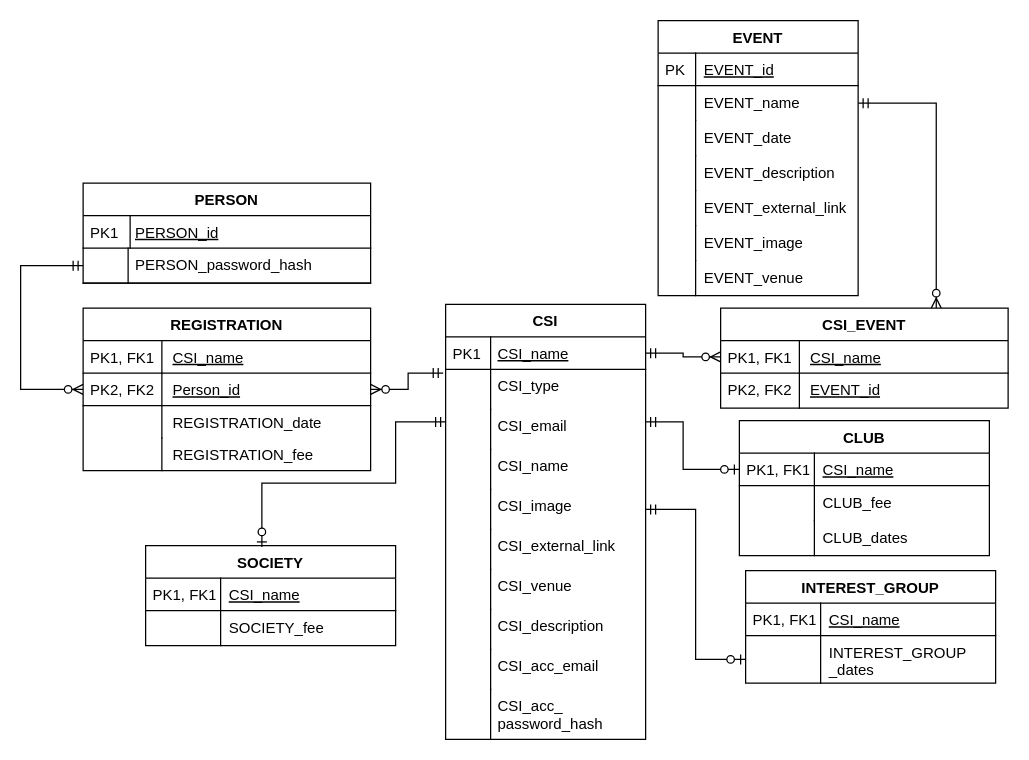
Earlier version of the draw.io diagram Diagrams/ERD.drawio (Makizoro/Overclock). Source tidied: cells renumbered, new cells numbered last; positions are measured from the earlier drawing's top-left corner, leaving out a move shared by most shapes. Both pictures are drawn from the tidied source at 125%, with x=0, y=0 at pixel (20, 20).
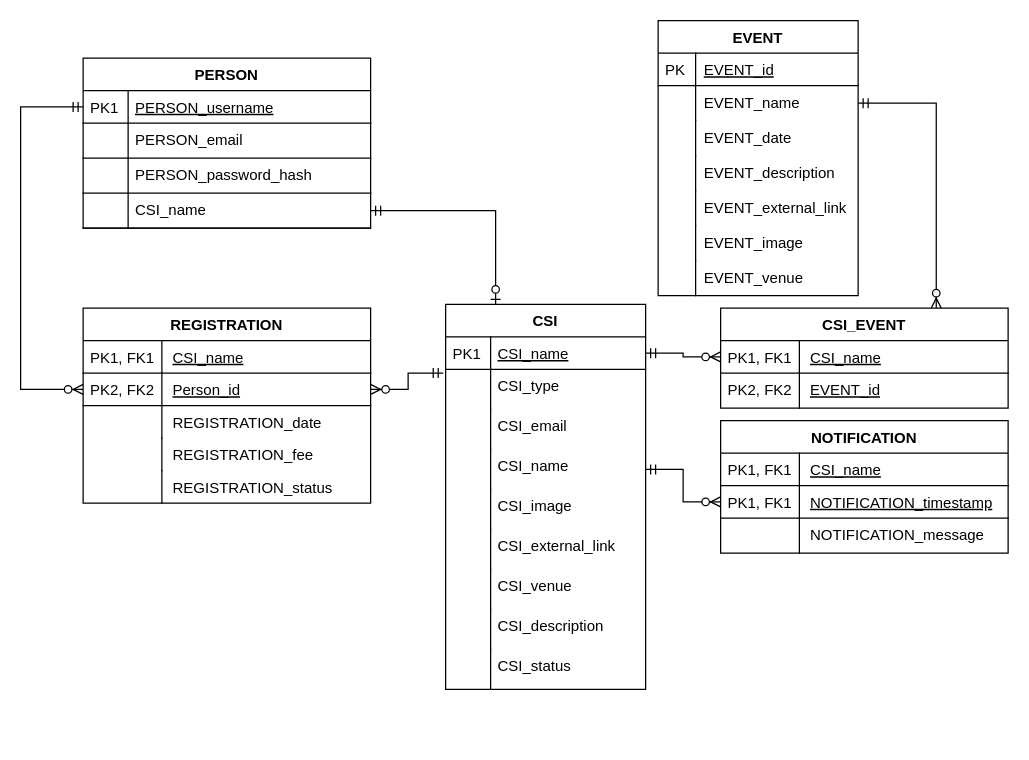
The same page after the edit.

Unchanged cells that the change refers to:
```xml
<mxCell id="14" value="CSI_name" style="shape=partialRectangle;top=0;left=0;right=0;bottom=0;align=left;verticalAlign=top;fillColor=none;spacingLeft=40;spacingRight=4;overflow=hidden;points=[[0,0.5],[1,0.5]];portConstraint=eastwest;rounded=0;shadow=0;strokeWidth=1;" parent="7" vertex="1">
  <mxGeometry y="116" width="160" height="32" as="geometry" />
</mxCell>
<mxCell id="16" value="CSI_image" style="shape=partialRectangle;top=0;left=0;right=0;bottom=0;align=left;verticalAlign=top;fillColor=none;spacingLeft=40;spacingRight=4;overflow=hidden;points=[[0,0.5],[1,0.5]];portConstraint=eastwest;rounded=0;shadow=0;strokeWidth=1;" parent="7" vertex="1">
  <mxGeometry y="148" width="160" height="32" as="geometry" />
</mxCell>
<mxCell id="36" value="Person_id" style="shape=partialRectangle;top=0;left=0;right=0;bottom=1;align=left;verticalAlign=top;fillColor=none;spacingLeft=70;spacingRight=4;overflow=hidden;points=[[0,0.5],[1,0.5]];portConstraint=eastwest;rounded=0;shadow=0;strokeWidth=1;fontStyle=4;" parent="33" vertex="1">
  <mxGeometry y="52" width="230" height="26" as="geometry" />
</mxCell>
```

Diff of the diagram source:
```diff
@@
-    <mxCell id="2" value="PERSON" style="swimlane;fontStyle=1;horizontal=1;startSize=26;rounded=0;shadow=0;strokeWidth=1;" parent="1" vertex="1">
-      <mxGeometry x="50" y="130" width="230" height="80" as="geometry" />
-    </mxCell>
-    <mxCell id="3" value="PERSON_id" style="shape=partialRectangle;top=0;left=0;right=0;bottom=1;align=left;verticalAlign=top;fillColor=none;spacingLeft=40;spacingRight=4;overflow=hidden;points=[[0,0.5],[1,0.5]];portConstraint=eastwest;rounded=0;shadow=0;strokeWidth=1;fontStyle=4;" parent="2" vertex="1">
-      <mxGeometry y="26" width="230" height="26" as="geometry" />
-    </mxCell>
-    <mxCell id="4" value="PK1" style="shape=partialRectangle;top=0;left=0;bottom=0;fillColor=none;align=left;verticalAlign=top;spacingLeft=4;spacingRight=4;overflow=hidden;" parent="3" vertex="1">
-      <mxGeometry width="37.6" height="26" as="geometry" />
-    </mxCell>
-    <mxCell id="5" value="PERSON_password_hash" style="shape=partialRectangle;top=0;left=0;right=0;bottom=1;align=left;verticalAlign=top;fillColor=none;spacingLeft=40;spacingRight=4;overflow=hidden;points=[[0,0.5],[1,0.5]];portConstraint=eastwest;rounded=0;shadow=0;strokeWidth=1;fontStyle=0;" parent="2" vertex="1">
-      <mxGeometry y="52" width="230" height="28" as="geometry" />
-    </mxCell>
-    <mxCell id="6" style="shape=partialRectangle;top=0;left=0;bottom=0;fillColor=none;align=left;verticalAlign=top;spacingLeft=4;spacingRight=4;overflow=hidden;" parent="5" vertex="1">
-      <mxGeometry width="36" height="28" as="geometry" />
-    </mxCell>
     <mxCell id="7" value="CSI" style="swimlane;fontStyle=1;horizontal=1;startSize=26;rounded=0;shadow=0;strokeWidth=1;" parent="1" vertex="1">
-      <mxGeometry x="340" y="227" width="160" height="348" as="geometry" />
+      <mxGeometry x="340" y="227" width="160" height="308" as="geometry" />
     </mxCell>
@@
-    <mxCell id="24" value="CSI_acc_email" style="shape=partialRectangle;top=0;left=0;right=0;bottom=0;align=left;verticalAlign=top;fillColor=none;spacingLeft=40;spacingRight=4;overflow=hidden;rounded=0;shadow=0;strokeWidth=1;" parent="7" vertex="1">
-      <mxGeometry y="276" width="160" height="32" as="geometry" />
-    </mxCell>
+    <mxCell id="81" value="CSI_status" style="shape=partialRectangle;top=0;left=0;right=0;bottom=0;align=left;verticalAlign=top;fillColor=none;spacingLeft=40;spacingRight=4;overflow=hidden;rounded=0;shadow=0;strokeWidth=1;" parent="7" vertex="1">
+      <mxGeometry y="276" width="160" height="32" as="geometry" />
+    </mxCell>
-    <mxCell id="25" style="shape=partialRectangle;top=0;left=0;bottom=0;fillColor=none;align=left;verticalAlign=top;spacingLeft=4;spacingRight=4;overflow=hidden;" parent="24" vertex="1">
+    <mxCell id="25" style="shape=partialRectangle;top=0;left=0;bottom=0;fillColor=none;align=left;verticalAlign=top;spacingLeft=4;spacingRight=4;overflow=hidden;" parent="81" vertex="1">
       <mxGeometry width="36" height="32" as="geometry" />
     </mxCell>
-    <mxCell id="26" value="CSI_acc_&#10;password_hash" style="shape=partialRectangle;top=0;left=0;right=0;bottom=0;align=left;verticalAlign=top;fillColor=none;spacingLeft=40;spacingRight=4;overflow=hidden;rounded=0;shadow=0;strokeWidth=1;" parent="7" vertex="1">
-      <mxGeometry y="308" width="160" height="40" as="geometry" />
-    </mxCell>
-    <mxCell id="27" style="shape=partialRectangle;top=0;left=0;bottom=0;fillColor=none;align=left;verticalAlign=top;spacingLeft=4;spacingRight=4;overflow=hidden;" parent="26" vertex="1">
-      <mxGeometry width="36" height="40" as="geometry" />
-    </mxCell>
-    <mxCell id="28" value="INTEREST_GROUP" style="swimlane;fontStyle=1;horizontal=1;startSize=26;rounded=0;shadow=0;strokeWidth=1;" parent="1" vertex="1">
-      <mxGeometry x="580" y="440" width="200" height="90" as="geometry" />
-    </mxCell>
-    <mxCell id="29" value="CSI_name" style="shape=partialRectangle;top=0;left=0;right=0;bottom=1;align=left;verticalAlign=top;fillColor=none;spacingLeft=65;spacingRight=4;overflow=hidden;rounded=0;shadow=0;strokeWidth=1;fontStyle=4;" parent="28" vertex="1">
-      <mxGeometry y="26" width="200" height="26" as="geometry" />
-    </mxCell>
-    <mxCell id="30" value="PK1, FK1" style="shape=partialRectangle;top=0;left=0;bottom=0;fillColor=none;align=left;verticalAlign=top;spacingLeft=4;spacingRight=4;overflow=hidden;" parent="29" vertex="1">
-      <mxGeometry width="60" height="26" as="geometry" />
-    </mxCell>
-    <mxCell id="31" value="INTEREST_GROUP&#10;_dates" style="shape=partialRectangle;top=0;left=0;right=0;bottom=0;align=left;verticalAlign=top;fillColor=none;spacingLeft=65;spacingRight=4;overflow=hidden;points=[[0,0.5],[1,0.5]];portConstraint=eastwest;rounded=0;shadow=0;strokeWidth=1;" parent="28" vertex="1">
-      <mxGeometry y="52" width="200" height="38" as="geometry" />
-    </mxCell>
-    <mxCell id="32" style="shape=partialRectangle;top=0;left=0;bottom=0;fillColor=none;align=left;verticalAlign=top;spacingLeft=4;spacingRight=4;overflow=hidden;" parent="31" vertex="1">
-      <mxGeometry width="60" height="38" as="geometry" />
-    </mxCell>
     <mxCell id="33" value="REGISTRATION" style="swimlane;fontStyle=1;horizontal=1;startSize=26;rounded=0;shadow=0;strokeWidth=1;" parent="1" vertex="1">
-      <mxGeometry x="50" y="230" width="230" height="130" as="geometry" />
+      <mxGeometry x="50" y="230" width="230" height="156" as="geometry" />
     </mxCell>
@@
+    <mxCell id="82" value="REGISTRATION_status" style="shape=partialRectangle;top=0;left=0;right=0;bottom=0;align=left;verticalAlign=top;fillColor=none;spacingLeft=70;spacingRight=4;overflow=hidden;rounded=0;shadow=0;strokeWidth=1;" parent="33" vertex="1">
+      <mxGeometry y="130" width="230" height="26" as="geometry" />
+    </mxCell>
+    <mxCell id="83" style="shape=partialRectangle;top=0;left=0;bottom=0;fillColor=none;align=left;verticalAlign=top;spacingLeft=4;spacingRight=4;overflow=hidden;" parent="82" vertex="1">
+      <mxGeometry width="63" height="26" as="geometry" />
+    </mxCell>
@@
-    <mxCell id="43" value="SOCIETY" style="swimlane;fontStyle=1;horizontal=1;startSize=26;rounded=0;shadow=0;strokeWidth=1;" parent="1" vertex="1">
-      <mxGeometry x="100" y="420" width="200" height="80" as="geometry" />
-    </mxCell>
-    <mxCell id="44" value="CSI_name" style="shape=partialRectangle;top=0;left=0;right=0;bottom=1;align=left;verticalAlign=top;fillColor=none;spacingLeft=65;spacingRight=4;overflow=hidden;rounded=0;shadow=0;strokeWidth=1;fontStyle=4;" parent="43" vertex="1">
-      <mxGeometry y="26" width="200" height="26" as="geometry" />
-    </mxCell>
-    <mxCell id="45" value="PK1, FK1" style="shape=partialRectangle;top=0;left=0;bottom=0;fillColor=none;align=left;verticalAlign=top;spacingLeft=4;spacingRight=4;overflow=hidden;" parent="44" vertex="1">
-      <mxGeometry width="60" height="26" as="geometry" />
-    </mxCell>
-    <mxCell id="46" value="SOCIETY_fee" style="shape=partialRectangle;top=0;left=0;right=0;bottom=0;align=left;verticalAlign=top;fillColor=none;spacingLeft=65;spacingRight=4;overflow=hidden;rounded=0;shadow=0;strokeWidth=1;" parent="43" vertex="1">
-      <mxGeometry y="52" width="200" height="28" as="geometry" />
-    </mxCell>
-    <mxCell id="47" style="shape=partialRectangle;top=0;left=0;bottom=0;fillColor=none;align=left;verticalAlign=top;spacingLeft=4;spacingRight=4;overflow=hidden;" parent="46" vertex="1">
-      <mxGeometry width="60" height="28" as="geometry" />
-    </mxCell>
-    <mxCell id="48" style="edgeStyle=orthogonalEdgeStyle;rounded=0;jettySize=auto;html=1;entryX=0.465;entryY=0.013;entryDx=0;entryDy=0;entryPerimeter=0;startArrow=ERmandOne;startFill=0;endArrow=ERzeroToOne;endFill=1;" parent="1" edge="1" target="43">
-      <mxGeometry relative="1" as="geometry">
-        <mxPoint x="340" y="321" as="sourcePoint" />
-        <Array as="points">
-          <mxPoint x="300" y="321" />
-          <mxPoint x="300" y="370" />
-          <mxPoint x="193" y="370" />
-        </Array>
-      </mxGeometry>
-    </mxCell>
-    <mxCell id="49" value="CLUB" style="swimlane;fontStyle=1;horizontal=1;startSize=26;rounded=0;shadow=0;strokeWidth=1;" parent="1" vertex="1">
-      <mxGeometry x="575" y="320" width="200" height="108" as="geometry" />
-    </mxCell>
-    <mxCell id="50" value="CSI_name" style="shape=partialRectangle;top=0;left=0;right=0;bottom=1;align=left;verticalAlign=top;fillColor=none;spacingLeft=65;spacingRight=4;overflow=hidden;points=[[0,0.5],[1,0.5]];portConstraint=eastwest;rounded=0;shadow=0;strokeWidth=1;fontStyle=4;" parent="49" vertex="1">
-      <mxGeometry y="26" width="200" height="26" as="geometry" />
-    </mxCell>
-    <mxCell id="51" value="PK1, FK1" style="shape=partialRectangle;top=0;left=0;bottom=0;fillColor=none;align=left;verticalAlign=top;spacingLeft=4;spacingRight=4;overflow=hidden;" parent="50" vertex="1">
-      <mxGeometry width="60" height="26" as="geometry" />
-    </mxCell>
-    <mxCell id="52" value="CLUB_fee" style="shape=partialRectangle;top=0;left=0;right=0;bottom=0;align=left;verticalAlign=top;fillColor=none;spacingLeft=65;spacingRight=4;overflow=hidden;rounded=0;shadow=0;strokeWidth=1;" parent="49" vertex="1">
-      <mxGeometry y="52" width="200" height="28" as="geometry" />
-    </mxCell>
-    <mxCell id="53" style="shape=partialRectangle;top=0;left=0;bottom=0;fillColor=none;align=left;verticalAlign=top;spacingLeft=4;spacingRight=4;overflow=hidden;" parent="52" vertex="1">
-      <mxGeometry width="60" height="28" as="geometry" />
-    </mxCell>
-    <mxCell id="54" value="CLUB_dates" style="shape=partialRectangle;top=0;left=0;right=0;bottom=0;align=left;verticalAlign=top;fillColor=none;spacingLeft=65;spacingRight=4;overflow=hidden;rounded=0;shadow=0;strokeWidth=1;" parent="49" vertex="1">
-      <mxGeometry y="80" width="200" height="28" as="geometry" />
-    </mxCell>
-    <mxCell id="55" style="shape=partialRectangle;top=0;left=0;bottom=0;fillColor=none;align=left;verticalAlign=top;spacingLeft=4;spacingRight=4;overflow=hidden;" parent="54" vertex="1">
-      <mxGeometry width="60" height="28" as="geometry" />
-    </mxCell>
-    <mxCell id="56" style="edgeStyle=orthogonalEdgeStyle;rounded=0;jettySize=auto;html=1;entryX=0;entryY=0.5;entryDx=0;entryDy=0;startArrow=ERmandOne;startFill=0;endArrow=ERzeroToOne;endFill=1;" parent="1" edge="1" target="50">
-      <mxGeometry relative="1" as="geometry">
-        <mxPoint x="500" y="321" as="sourcePoint" />
-        <Array as="points">
-          <mxPoint x="500" y="321" />
-          <mxPoint x="530" y="321" />
-          <mxPoint x="530" y="359" />
-        </Array>
-      </mxGeometry>
-    </mxCell>
@@
-    <mxCell id="72" style="edgeStyle=orthogonalEdgeStyle;rounded=0;jettySize=auto;html=1;exitX=0;exitY=0.5;exitDx=0;exitDy=0;entryX=0;entryY=0.5;entryDx=0;entryDy=0;startArrow=ERmandOne;startFill=0;endArrow=ERzeroToMany;endFill=1;" parent="1" edge="1" source="5" target="36">
+    <mxCell id="72" style="edgeStyle=orthogonalEdgeStyle;rounded=0;jettySize=auto;html=1;exitX=0;exitY=0.5;exitDx=0;exitDy=0;entryX=0;entryY=0.5;entryDx=0;entryDy=0;startArrow=ERmandOne;startFill=0;endArrow=ERzeroToMany;endFill=1;" parent="1" edge="1" source="3" target="36">
       <mxGeometry relative="1" as="geometry">
         <Array as="points">
-          <mxPoint y="196" />
+          <mxPoint y="69" />
           <mxPoint y="295" />
         </Array>
       </mxGeometry>
     </mxCell>
@@
-    <mxCell id="80" style="edgeStyle=orthogonalEdgeStyle;rounded=0;jettySize=auto;html=1;exitX=0;exitY=0.5;exitDx=0;exitDy=0;entryX=1;entryY=0.5;entryDx=0;entryDy=0;startArrow=ERzeroToOne;startFill=1;endArrow=ERmandOne;endFill=0;" parent="1" edge="1" source="31" target="16">
-      <mxGeometry relative="1" as="geometry" />
-    </mxCell>
+    <mxCell id="2" value="PERSON" style="swimlane;fontStyle=1;horizontal=1;startSize=26;rounded=0;shadow=0;strokeWidth=1;" parent="1" vertex="1">
+      <mxGeometry x="50" y="30" width="230" height="136" as="geometry" />
+    </mxCell>
+    <mxCell id="3" value="PERSON_username" style="shape=partialRectangle;top=0;left=0;right=0;bottom=1;align=left;verticalAlign=top;fillColor=none;spacingLeft=40;spacingRight=4;overflow=hidden;points=[[0,0.5],[1,0.5]];portConstraint=eastwest;rounded=0;shadow=0;strokeWidth=1;fontStyle=4;" parent="2" vertex="1">
+      <mxGeometry y="26" width="230" height="26" as="geometry" />
+    </mxCell>
+    <mxCell id="4" value="PK1" style="shape=partialRectangle;top=0;left=0;bottom=0;fillColor=none;align=left;verticalAlign=top;spacingLeft=4;spacingRight=4;overflow=hidden;" parent="3" vertex="1">
+      <mxGeometry width="36" height="26" as="geometry" />
+    </mxCell>
+    <mxCell id="5" value="PERSON_email" style="shape=partialRectangle;top=0;left=0;right=0;bottom=1;align=left;verticalAlign=top;fillColor=none;spacingLeft=40;spacingRight=4;overflow=hidden;points=[[0,0.5],[1,0.5]];portConstraint=eastwest;rounded=0;shadow=0;strokeWidth=1;fontStyle=0;" parent="2" vertex="1">
+      <mxGeometry y="52" width="230" height="28" as="geometry" />
+    </mxCell>
+    <mxCell id="6" style="shape=partialRectangle;top=0;left=0;bottom=0;fillColor=none;align=left;verticalAlign=top;spacingLeft=4;spacingRight=4;overflow=hidden;" parent="5" vertex="1">
+      <mxGeometry width="36" height="28" as="geometry" />
+    </mxCell>
+    <mxCell id="84" value="PERSON_password_hash" style="shape=partialRectangle;top=0;left=0;right=0;bottom=1;align=left;verticalAlign=top;fillColor=none;spacingLeft=40;spacingRight=4;overflow=hidden;rounded=0;shadow=0;strokeWidth=1;fontStyle=0;" parent="2" vertex="1">
+      <mxGeometry y="80" width="230" height="28" as="geometry" />
+    </mxCell>
+    <mxCell id="85" style="shape=partialRectangle;top=0;left=0;bottom=0;fillColor=none;align=left;verticalAlign=top;spacingLeft=4;spacingRight=4;overflow=hidden;" parent="84" vertex="1">
+      <mxGeometry width="36" height="28" as="geometry" />
+    </mxCell>
+    <mxCell id="86" value="CSI_name" style="shape=partialRectangle;top=0;left=0;right=0;bottom=1;align=left;verticalAlign=top;fillColor=none;spacingLeft=40;spacingRight=4;overflow=hidden;points=[[0,0.5],[1,0.5]];portConstraint=eastwest;rounded=0;shadow=0;strokeWidth=1;fontStyle=0;" parent="2" vertex="1">
+      <mxGeometry y="108" width="230" height="28" as="geometry" />
+    </mxCell>
+    <mxCell id="87" style="shape=partialRectangle;top=0;left=0;bottom=0;fillColor=none;align=left;verticalAlign=top;spacingLeft=4;spacingRight=4;overflow=hidden;" parent="86" vertex="1">
+      <mxGeometry width="36" height="28" as="geometry" />
+    </mxCell>
+    <mxCell id="88" value="NOTIFICATION" style="swimlane;fontStyle=1;horizontal=1;startSize=26;rounded=0;shadow=0;strokeWidth=1;" parent="1" vertex="1">
+      <mxGeometry x="560" y="320" width="230" height="106" as="geometry" />
+    </mxCell>
+    <mxCell id="89" value="CSI_name" style="shape=partialRectangle;top=0;left=0;right=0;bottom=1;align=left;verticalAlign=top;fillColor=none;spacingLeft=70;spacingRight=4;overflow=hidden;rounded=0;shadow=0;strokeWidth=1;fontStyle=4;" parent="88" vertex="1">
+      <mxGeometry y="26" width="230" height="26" as="geometry" />
+    </mxCell>
+    <mxCell id="90" value="PK1, FK1" style="shape=partialRectangle;top=0;left=0;bottom=0;fillColor=none;align=left;verticalAlign=top;spacingLeft=4;spacingRight=4;overflow=hidden;" parent="89" vertex="1">
+      <mxGeometry width="63" height="26" as="geometry" />
+    </mxCell>
+    <mxCell id="91" value="NOTIFICATION_timestamp" style="shape=partialRectangle;top=0;left=0;right=0;bottom=1;align=left;verticalAlign=top;fillColor=none;spacingLeft=70;spacingRight=4;overflow=hidden;points=[[0,0.5],[1,0.5]];portConstraint=eastwest;rounded=0;shadow=0;strokeWidth=1;fontStyle=4;" parent="88" vertex="1">
+      <mxGeometry y="52" width="230" height="26" as="geometry" />
+    </mxCell>
+    <mxCell id="92" value="PK1, FK1" style="shape=partialRectangle;top=0;left=0;bottom=0;fillColor=none;align=left;verticalAlign=top;spacingLeft=4;spacingRight=4;overflow=hidden;" parent="91" vertex="1">
+      <mxGeometry width="63" height="26" as="geometry" />
+    </mxCell>
+    <mxCell id="93" value="NOTIFICATION_message" style="shape=partialRectangle;top=0;left=0;right=0;bottom=0;align=left;verticalAlign=top;fillColor=none;spacingLeft=70;spacingRight=4;overflow=hidden;rounded=0;shadow=0;strokeWidth=1;fontStyle=0;labelBorderColor=none;" parent="1" vertex="1">
+      <mxGeometry x="560" y="398" width="230" height="28" as="geometry" />
+    </mxCell>
+    <mxCell id="94" style="shape=partialRectangle;top=0;left=0;bottom=0;fillColor=none;align=left;verticalAlign=top;spacingLeft=4;spacingRight=4;overflow=hidden;" parent="93" vertex="1">
+      <mxGeometry width="63" height="28" as="geometry" />
+    </mxCell>
+    <mxCell id="95" style="edgeStyle=orthogonalEdgeStyle;rounded=0;jettySize=auto;html=1;exitX=0;exitY=0.5;exitDx=0;exitDy=0;entryX=1;entryY=0.5;entryDx=0;entryDy=0;endArrow=ERmandOne;endFill=0;startArrow=ERzeroToMany;startFill=1;" parent="1" edge="1" source="91" target="14">
+      <mxGeometry relative="1" as="geometry" />
+    </mxCell>
+    <mxCell id="96" style="edgeStyle=orthogonalEdgeStyle;rounded=0;jettySize=auto;html=1;exitX=1;exitY=0.5;exitDx=0;exitDy=0;entryX=0.25;entryY=0;entryDx=0;entryDy=0;startArrow=ERmandOne;startFill=0;endArrow=ERzeroToOne;endFill=1;" parent="1" edge="1" source="86" target="7">
+      <mxGeometry relative="1" as="geometry" />
+    </mxCell>
```
